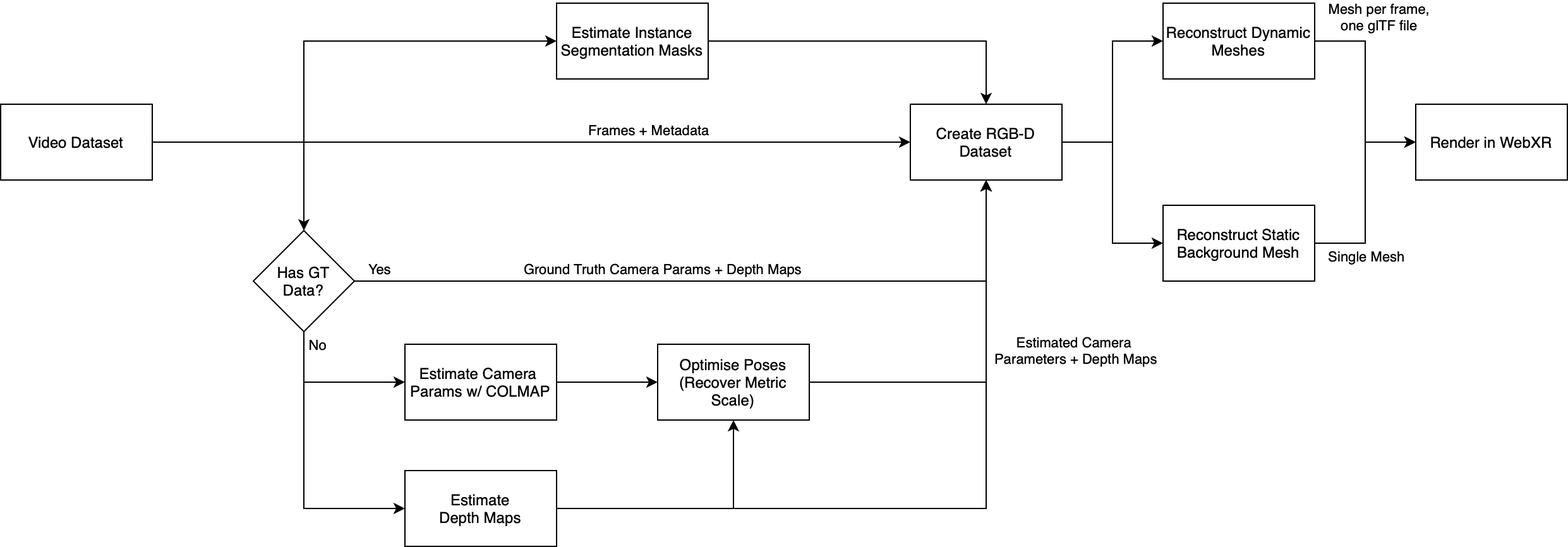
AnthonyDickson/HIVE keeps this draw.io diagram as images/vtm_pipeline_overview.png. Above is the earlier version. Source tidied: cells renumbered, new cells last; positions are measured from the earlier drawing's top-left corner, leaving out a move shared by most shapes.
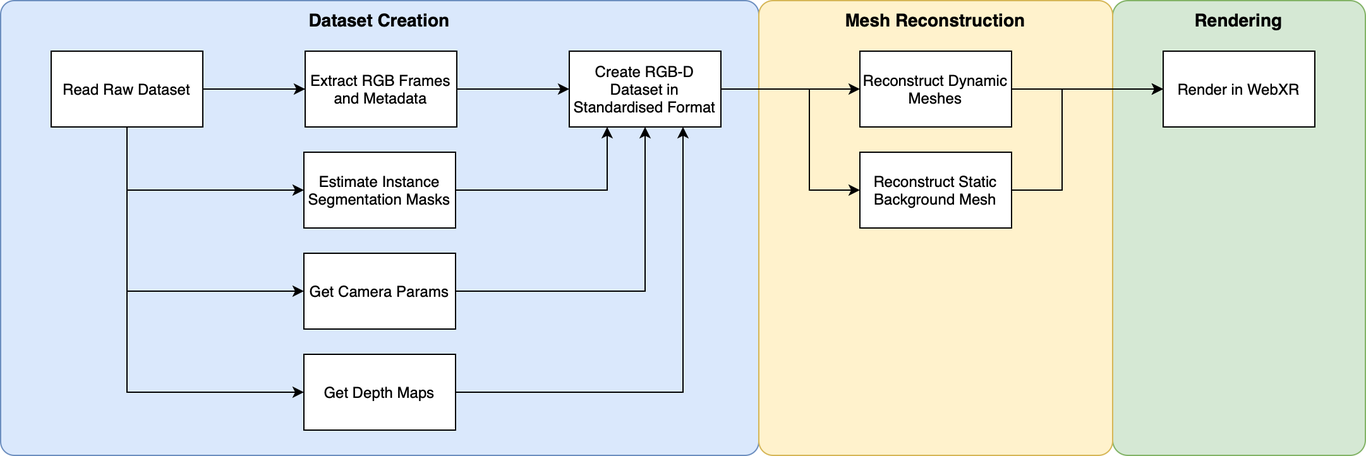
The same file after the commit.

Commit message:
Update diagrams in README.md and add source files for diagrams.

The edit, as a diff of the source:
```diff
@@ -2,120 +2,104 @@
   <root>
     <mxCell id="0" />
     <mxCell id="1" parent="0" />
+    <mxCell id="34" style="rounded=1;whiteSpace=wrap;html=1;arcSize=3;fillColor=#dae8fc;strokeColor=#6c8ebf;" parent="1" vertex="1">
+      <mxGeometry x="-35" y="-20" width="600" height="360" as="geometry" />
+    </mxCell>
+    <mxCell id="35" style="rounded=1;whiteSpace=wrap;html=1;arcSize=6;fillColor=#d5e8d4;strokeColor=#82b366;" parent="1" vertex="1">
+      <mxGeometry x="845" y="-20" width="200" height="360" as="geometry" />
+    </mxCell>
+    <mxCell id="36" style="rounded=1;whiteSpace=wrap;html=1;arcSize=4;fillColor=#fff2cc;strokeColor=#d6b656;" parent="1" vertex="1">
+      <mxGeometry x="565" y="-20" width="280" height="360" as="geometry" />
+    </mxCell>
-    <mxCell id="2" style="edgeStyle=orthogonalEdgeStyle;rounded=0;jettySize=auto;html=1;entryX=0;entryY=0.5;entryDx=0;entryDy=0;" parent="1" edge="1" source="4" target="29">
+    <mxCell id="2" style="edgeStyle=orthogonalEdgeStyle;rounded=0;jettySize=auto;html=1;exitX=1;exitY=0.5;exitDx=0;exitDy=0;entryX=0;entryY=0.5;entryDx=0;entryDy=0;labelBackgroundColor=none;fontSize=14;" parent="1" edge="1" source="4" target="29">
       <mxGeometry relative="1" as="geometry" />
     </mxCell>
-    <mxCell id="3" style="edgeStyle=orthogonalEdgeStyle;rounded=0;jettySize=auto;html=1;entryX=0;entryY=0.5;entryDx=0;entryDy=0;" parent="1" edge="1" source="4" target="32">
-      <mxGeometry relative="1" as="geometry" />
+    <mxCell id="3" style="edgeStyle=orthogonalEdgeStyle;rounded=0;jettySize=auto;html=1;exitX=1;exitY=0.5;exitDx=0;exitDy=0;entryX=0;entryY=0.5;entryDx=0;entryDy=0;labelBackgroundColor=none;fontSize=14;" parent="1" edge="1" source="4" target="32">
+      <mxGeometry relative="1" as="geometry">
+        <Array as="points">
+          <mxPoint x="605" y="50" />
+          <mxPoint x="605" y="130" />
+        </Array>
+      </mxGeometry>
     </mxCell>
-    <mxCell id="4" value="Create RGB-D Dataset" style="rounded=0;whiteSpace=wrap;html=1;" parent="1" vertex="1">
-      <mxGeometry x="720" y="80" width="120" height="60" as="geometry" />
+    <mxCell id="4" value="Create RGB-D Dataset in Standardised Format" style="rounded=0;whiteSpace=wrap;html=1;labelBackgroundColor=none;" parent="1" vertex="1">
+      <mxGeometry x="415" y="20" width="120" height="60" as="geometry" />
     </mxCell>
-    <mxCell id="5" style="edgeStyle=orthogonalEdgeStyle;rounded=0;jettySize=auto;html=1;exitX=1;exitY=0.5;exitDx=0;exitDy=0;entryX=0;entryY=0.5;entryDx=0;entryDy=0;" parent="1" edge="1" source="9" target="4">
-      <mxGeometry relative="1" as="geometry" />
-    </mxCell>
-    <mxCell id="6" value="Frames + Metadata" style="edgeLabel;html=1;align=center;verticalAlign=middle;labelBackgroundColor=none;" parent="5" vertex="1">
-      <mxGeometry x="0.15" y="-4" relative="1" as="geometry">
-        <mxPoint x="48" y="-14" as="offset" />
-      </mxGeometry>
-    </mxCell>
-    <mxCell id="7" style="edgeStyle=orthogonalEdgeStyle;rounded=0;jettySize=auto;html=1;exitX=1;exitY=0.5;exitDx=0;exitDy=0;entryX=0.5;entryY=0;entryDx=0;entryDy=0;" parent="1" edge="1" source="9" target="16">
-      <mxGeometry relative="1" as="geometry" />
-    </mxCell>
+    <mxCell id="37" style="edgeStyle=orthogonalEdgeStyle;rounded=0;jettySize=auto;html=1;labelBackgroundColor=none;" parent="1" edge="1" source="9" target="45">
+      <mxGeometry relative="1" as="geometry" />
+    </mxCell>
-    <mxCell id="8" style="edgeStyle=orthogonalEdgeStyle;rounded=0;jettySize=auto;html=1;exitX=1;exitY=0.5;exitDx=0;exitDy=0;entryX=0;entryY=0.5;entryDx=0;entryDy=0;" parent="1" edge="1" source="9" target="26">
-      <mxGeometry relative="1" as="geometry">
-        <Array as="points">
-          <mxPoint x="240" y="110" />
-          <mxPoint x="240" y="30" />
-        </Array>
-      </mxGeometry>
+    <mxCell id="8" style="edgeStyle=orthogonalEdgeStyle;rounded=0;jettySize=auto;html=1;exitX=0.5;exitY=1;exitDx=0;exitDy=0;entryX=0;entryY=0.5;entryDx=0;entryDy=0;labelBackgroundColor=none;" parent="1" edge="1" source="9" target="26">
+      <mxGeometry relative="1" as="geometry" />
     </mxCell>
+    <mxCell id="38" style="edgeStyle=orthogonalEdgeStyle;rounded=0;jettySize=auto;html=1;exitX=0.5;exitY=1;exitDx=0;exitDy=0;entryX=0;entryY=0.5;entryDx=0;entryDy=0;labelBackgroundColor=none;fontSize=14;" parent="1" edge="1" source="9" target="41">
+      <mxGeometry relative="1" as="geometry" />
+    </mxCell>
+    <mxCell id="39" style="edgeStyle=orthogonalEdgeStyle;rounded=0;jettySize=auto;html=1;exitX=0.5;exitY=1;exitDx=0;exitDy=0;entryX=0;entryY=0.5;entryDx=0;entryDy=0;labelBackgroundColor=none;fontSize=14;" parent="1" edge="1" source="9" target="43">
+      <mxGeometry relative="1" as="geometry" />
+    </mxCell>
-    <mxCell id="9" value="Video Dataset" style="rounded=0;whiteSpace=wrap;html=1;" parent="1" vertex="1">
-      <mxGeometry y="80" width="120" height="60" as="geometry" />
+    <mxCell id="9" value="Read Raw Dataset" style="rounded=0;whiteSpace=wrap;html=1;labelBackgroundColor=none;" parent="1" vertex="1">
+      <mxGeometry x="5" y="20" width="120" height="60" as="geometry" />
     </mxCell>
-    <mxCell id="10" style="edgeStyle=orthogonalEdgeStyle;rounded=0;jettySize=auto;html=1;exitX=1;exitY=0.5;exitDx=0;exitDy=0;entryX=0.5;entryY=1;entryDx=0;entryDy=0;" parent="1" edge="1" source="16" target="4">
-      <mxGeometry relative="1" as="geometry" />
-    </mxCell>
-    <mxCell id="11" value="Yes" style="edgeLabel;html=1;align=center;verticalAlign=middle;labelBackgroundColor=none;" parent="10" vertex="1">
-      <mxGeometry x="-0.82" y="-4" relative="1" as="geometry">
-        <mxPoint x="-32" y="-14" as="offset" />
-      </mxGeometry>
-    </mxCell>
-    <mxCell id="12" value="Ground Truth Camera Params + Depth Maps" style="edgeLabel;html=1;align=center;verticalAlign=middle;labelBackgroundColor=none;" parent="10" vertex="1">
-      <mxGeometry x="-0.16" y="3" relative="1" as="geometry">
-        <mxPoint y="-7" as="offset" />
-      </mxGeometry>
-    </mxCell>
-    <mxCell id="13" style="edgeStyle=orthogonalEdgeStyle;rounded=0;jettySize=auto;html=1;exitX=0.5;exitY=1;exitDx=0;exitDy=0;entryX=0;entryY=0.5;entryDx=0;entryDy=0;" parent="1" edge="1" source="16" target="18">
-      <mxGeometry relative="1" as="geometry" />
-    </mxCell>
-    <mxCell id="14" style="edgeStyle=orthogonalEdgeStyle;rounded=0;jettySize=auto;html=1;exitX=0.5;exitY=1;exitDx=0;exitDy=0;entryX=0;entryY=0.5;entryDx=0;entryDy=0;" parent="1" edge="1" source="16" target="24">
-      <mxGeometry relative="1" as="geometry" />
-    </mxCell>
-    <mxCell id="15" value="No" style="edgeLabel;html=1;align=center;verticalAlign=middle;labelBackgroundColor=none;" parent="14" vertex="1">
-      <mxGeometry x="-0.88" y="1" relative="1" as="geometry">
-        <mxPoint x="9" y="-3" as="offset" />
-      </mxGeometry>
-    </mxCell>
-    <mxCell id="16" value="Has GT&lt;br&gt;Data?" style="rhombus;whiteSpace=wrap;html=1;" parent="1" vertex="1">
-      <mxGeometry x="200" y="180" width="80" height="80" as="geometry" />
-    </mxCell>
-    <mxCell id="17" style="edgeStyle=orthogonalEdgeStyle;rounded=0;jettySize=auto;html=1;" parent="1" edge="1" source="18" target="20">
-      <mxGeometry relative="1" as="geometry" />
-    </mxCell>
-    <mxCell id="18" value="Estimate Camera&amp;nbsp;&lt;br&gt;Params w/ COLMAP" style="rounded=0;whiteSpace=wrap;html=1;" parent="1" vertex="1">
-      <mxGeometry x="320" y="270" width="120" height="60" as="geometry" />
-    </mxCell>
-    <mxCell id="19" style="edgeStyle=orthogonalEdgeStyle;rounded=0;jettySize=auto;html=1;exitX=1;exitY=0.5;exitDx=0;exitDy=0;entryX=0.5;entryY=1;entryDx=0;entryDy=0;" parent="1" edge="1" source="20" target="4">
-      <mxGeometry relative="1" as="geometry" />
-    </mxCell>
-    <mxCell id="20" value="Optimise Poses&lt;br&gt;(Recover Metric Scale)" style="rounded=0;whiteSpace=wrap;html=1;" parent="1" vertex="1">
-      <mxGeometry x="520" y="270" width="120" height="60" as="geometry" />
-    </mxCell>
-    <mxCell id="21" style="edgeStyle=orthogonalEdgeStyle;rounded=0;jettySize=auto;html=1;exitX=1;exitY=0.5;exitDx=0;exitDy=0;entryX=0.5;entryY=1;entryDx=0;entryDy=0;" parent="1" edge="1" source="24" target="4">
-      <mxGeometry relative="1" as="geometry" />
-    </mxCell>
-    <mxCell id="22" value="Estimated Camera &lt;br&gt;Parameters + Depth Maps" style="edgeLabel;html=1;align=center;verticalAlign=middle;labelBackgroundColor=none;" parent="21" vertex="1">
-      <mxGeometry x="0.55" y="-4" relative="1" as="geometry">
-        <mxPoint x="66" as="offset" />
-      </mxGeometry>
-    </mxCell>
-    <mxCell id="23" style="edgeStyle=orthogonalEdgeStyle;rounded=0;jettySize=auto;html=1;exitX=1;exitY=0.5;exitDx=0;exitDy=0;entryX=0.5;entryY=1;entryDx=0;entryDy=0;" parent="1" edge="1" source="24" target="20">
-      <mxGeometry relative="1" as="geometry" />
-    </mxCell>
-    <mxCell id="24" value="Estimate&lt;br&gt;Depth Maps" style="rounded=0;whiteSpace=wrap;html=1;" parent="1" vertex="1">
-      <mxGeometry x="320" y="370" width="120" height="60" as="geometry" />
-    </mxCell>
-    <mxCell id="25" style="edgeStyle=orthogonalEdgeStyle;rounded=0;jettySize=auto;html=1;exitX=1;exitY=0.5;exitDx=0;exitDy=0;entryX=0.5;entryY=0;entryDx=0;entryDy=0;" parent="1" edge="1" source="26" target="4">
+    <mxCell id="25" style="edgeStyle=orthogonalEdgeStyle;rounded=0;jettySize=auto;html=1;exitX=1;exitY=0.5;exitDx=0;exitDy=0;entryX=0.25;entryY=1;entryDx=0;entryDy=0;labelBackgroundColor=none;fontSize=14;" parent="1" edge="1" source="26" target="4">
       <mxGeometry relative="1" as="geometry" />
     </mxCell>
-    <mxCell id="26" value="Estimate Instance&lt;br&gt;Segmentation Masks" style="rounded=0;whiteSpace=wrap;html=1;" parent="1" vertex="1">
-      <mxGeometry x="440" width="120" height="60" as="geometry" />
+    <mxCell id="26" value="Estimate Instance&lt;br&gt;Segmentation Masks" style="rounded=0;whiteSpace=wrap;html=1;labelBackgroundColor=none;" parent="1" vertex="1">
+      <mxGeometry x="205" y="100" width="120" height="60" as="geometry" />
     </mxCell>
-    <mxCell id="27" style="edgeStyle=orthogonalEdgeStyle;rounded=0;jettySize=auto;html=1;exitX=1;exitY=0.5;exitDx=0;exitDy=0;entryX=0;entryY=0.5;entryDx=0;entryDy=0;" parent="1" edge="1" source="29" target="33">
-      <mxGeometry relative="1" as="geometry" />
+    <mxCell id="27" style="edgeStyle=orthogonalEdgeStyle;rounded=0;jettySize=auto;html=1;exitX=1;exitY=0.5;exitDx=0;exitDy=0;entryX=0;entryY=0.5;entryDx=0;entryDy=0;labelBackgroundColor=none;" parent="1" edge="1" source="29" target="33">
+      <mxGeometry relative="1" as="geometry">
+        <Array as="points">
+          <mxPoint x="805" y="50" />
+          <mxPoint x="805" y="50" />
+        </Array>
+      </mxGeometry>
     </mxCell>
-    <mxCell id="28" value="Mesh per frame,&lt;br&gt;one glTF file" style="edgeLabel;html=1;align=center;verticalAlign=middle;labelBackgroundColor=none;" parent="27" vertex="1">
-      <mxGeometry x="-0.62" y="3" relative="1" as="geometry">
-        <mxPoint x="20" y="-17" as="offset" />
-      </mxGeometry>
-    </mxCell>
-    <mxCell id="29" value="Reconstruct Dynamic Meshes" style="rounded=0;whiteSpace=wrap;html=1;" parent="1" vertex="1">
-      <mxGeometry x="920" width="120" height="60" as="geometry" />
+    <mxCell id="29" value="Reconstruct Dynamic Meshes" style="rounded=0;whiteSpace=wrap;html=1;labelBackgroundColor=none;" parent="1" vertex="1">
+      <mxGeometry x="645" y="20" width="120" height="60" as="geometry" />
     </mxCell>
-    <mxCell id="30" style="edgeStyle=orthogonalEdgeStyle;rounded=0;jettySize=auto;html=1;exitX=1;exitY=0.5;exitDx=0;exitDy=0;entryX=0;entryY=0.5;entryDx=0;entryDy=0;" parent="1" edge="1" source="32" target="33">
-      <mxGeometry relative="1" as="geometry" />
+    <mxCell id="30" style="edgeStyle=orthogonalEdgeStyle;rounded=0;jettySize=auto;html=1;exitX=1;exitY=0.5;exitDx=0;exitDy=0;entryX=0;entryY=0.5;entryDx=0;entryDy=0;labelBackgroundColor=none;" parent="1" edge="1" source="32" target="33">
+      <mxGeometry relative="1" as="geometry">
+        <Array as="points">
+          <mxPoint x="805" y="130" />
+          <mxPoint x="805" y="50" />
+        </Array>
+      </mxGeometry>
     </mxCell>
-    <mxCell id="31" value="Single Mesh" style="edgeLabel;html=1;align=center;verticalAlign=middle;labelBackgroundColor=none;" parent="30" vertex="1">
-      <mxGeometry x="-0.05" y="-4" relative="1" as="geometry">
-        <mxPoint x="-4" y="46" as="offset" />
-      </mxGeometry>
-    </mxCell>
-    <mxCell id="32" value="Reconstruct Static Background Mesh" style="rounded=0;whiteSpace=wrap;html=1;" parent="1" vertex="1">
-      <mxGeometry x="920" y="160" width="120" height="60" as="geometry" />
+    <mxCell id="32" value="Reconstruct Static Background Mesh" style="rounded=0;whiteSpace=wrap;html=1;labelBackgroundColor=none;" parent="1" vertex="1">
+      <mxGeometry x="645" y="100" width="120" height="60" as="geometry" />
     </mxCell>
-    <mxCell id="33" value="Render in WebXR" style="rounded=0;whiteSpace=wrap;html=1;" parent="1" vertex="1">
-      <mxGeometry x="1120" y="80" width="120" height="60" as="geometry" />
+    <mxCell id="33" value="Render in WebXR" style="rounded=0;whiteSpace=wrap;html=1;labelBackgroundColor=none;" parent="1" vertex="1">
+      <mxGeometry x="885" y="20" width="120" height="60" as="geometry" />
     </mxCell>
+    <mxCell id="40" style="edgeStyle=orthogonalEdgeStyle;rounded=0;jettySize=auto;html=1;exitX=1;exitY=0.5;exitDx=0;exitDy=0;entryX=0.5;entryY=1;entryDx=0;entryDy=0;labelBackgroundColor=none;" parent="1" edge="1" source="41" target="4">
+      <mxGeometry relative="1" as="geometry" />
+    </mxCell>
+    <mxCell id="41" value="Get Camera Params" style="rounded=0;whiteSpace=wrap;html=1;labelBackgroundColor=none;" parent="1" vertex="1">
+      <mxGeometry x="205" y="180" width="120" height="60" as="geometry" />
+    </mxCell>
+    <mxCell id="42" style="edgeStyle=orthogonalEdgeStyle;rounded=0;jettySize=auto;html=1;exitX=1;exitY=0.5;exitDx=0;exitDy=0;entryX=0.75;entryY=1;entryDx=0;entryDy=0;labelBackgroundColor=none;" parent="1" edge="1" source="43" target="4">
+      <mxGeometry relative="1" as="geometry" />
+    </mxCell>
+    <mxCell id="43" value="Get Depth Maps" style="rounded=0;whiteSpace=wrap;html=1;labelBackgroundColor=none;" parent="1" vertex="1">
+      <mxGeometry x="205" y="260" width="120" height="60" as="geometry" />
+    </mxCell>
+    <mxCell id="44" style="edgeStyle=orthogonalEdgeStyle;rounded=0;jettySize=auto;html=1;exitX=1;exitY=0.5;exitDx=0;exitDy=0;entryX=0;entryY=0.5;entryDx=0;entryDy=0;labelBackgroundColor=none;fontSize=14;" parent="1" edge="1" source="45" target="4">
+      <mxGeometry relative="1" as="geometry" />
+    </mxCell>
+    <mxCell id="45" value="Extract RGB Frames&lt;br&gt;and Metadata" style="rounded=0;whiteSpace=wrap;html=1;labelBackgroundColor=none;" parent="1" vertex="1">
+      <mxGeometry x="206" y="20" width="120" height="60" as="geometry" />
+    </mxCell>
+    <mxCell id="46" style="edgeStyle=orthogonalEdgeStyle;rounded=0;jettySize=auto;html=1;exitX=1;exitY=0.5;exitDx=0;exitDy=0;entryX=0;entryY=0.5;entryDx=0;entryDy=0;endArrow=none;labelBackgroundColor=none;" parent="1" edge="1" source="9" target="45">
+      <mxGeometry relative="1" as="geometry" />
+    </mxCell>
+    <mxCell id="47" value="&lt;b style=&quot;font-size: 14px;&quot;&gt;Dataset Creation&lt;/b&gt;" style="text;html=1;strokeColor=none;fillColor=none;align=center;verticalAlign=middle;whiteSpace=wrap;rounded=0;labelBackgroundColor=none;fontSize=14;" parent="1" vertex="1">
+      <mxGeometry x="205" y="-20" width="120" height="30" as="geometry" />
+    </mxCell>
+    <mxCell id="48" value="&lt;b style=&quot;font-size: 14px;&quot;&gt;Mesh&amp;nbsp;Reconstruction&lt;/b&gt;" style="text;html=1;strokeColor=none;fillColor=none;align=center;verticalAlign=middle;whiteSpace=wrap;rounded=0;labelBackgroundColor=none;fontSize=14;" parent="1" vertex="1">
+      <mxGeometry x="640" y="-20" width="130" height="30" as="geometry" />
+    </mxCell>
+    <mxCell id="49" value="&lt;b style=&quot;font-size: 14px;&quot;&gt;Rendering&lt;/b&gt;" style="text;html=1;strokeColor=none;fillColor=none;align=center;verticalAlign=middle;whiteSpace=wrap;rounded=0;labelBackgroundColor=none;fontSize=14;" parent="1" vertex="1">
+      <mxGeometry x="885" y="-20" width="120" height="30" as="geometry" />
+    </mxCell>
   </root>
 </mxGraphModel>
```
